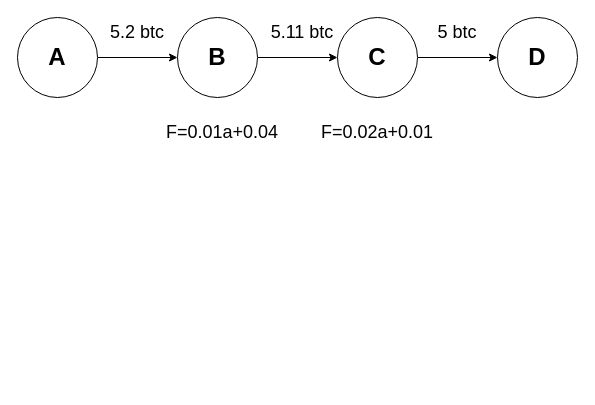
Earlier version of the draw.io diagram 支付通道网络中借助其他节点转账.drawio (EM-FF/text). Source tidied: cells renumbered, new cells numbered last; positions are measured from the earlier drawing's top-left corner, leaving out a move shared by most shapes. Both pictures are drawn from the tidied source at 100%, with x=0, y=0 at pixel (17, 17).
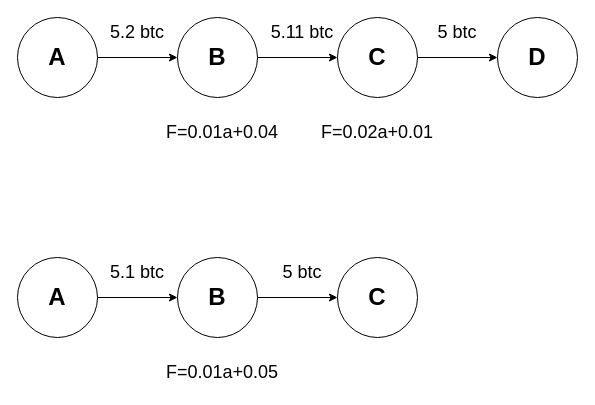
After the change.

Commit message (it also covers changes not shown here):
更新支付通道网络中借助其他节点转账.drawio

Diff of the diagram source:
```diff
@@
+    <mxCell id="14" style="edgeStyle=orthogonalEdgeStyle;rounded=0;jettySize=auto;html=1;entryX=0;entryY=0.5;entryDx=0;entryDy=0;" parent="1" edge="1" source="15" target="17">
+      <mxGeometry relative="1" as="geometry" />
+    </mxCell>
+    <mxCell id="15" value="&lt;font style=&quot;font-size: 24px;&quot;&gt;&lt;b&gt;A&lt;/b&gt;&lt;/font&gt;" style="ellipse;whiteSpace=wrap;html=1;" parent="1" vertex="1">
+      <mxGeometry y="240" width="80" height="80" as="geometry" />
+    </mxCell>
+    <mxCell id="16" style="edgeStyle=orthogonalEdgeStyle;rounded=0;jettySize=auto;html=1;" parent="1" edge="1" source="17" target="18">
+      <mxGeometry relative="1" as="geometry" />
+    </mxCell>
+    <mxCell id="17" value="&lt;span style=&quot;font-size: 24px;&quot;&gt;&lt;b&gt;B&lt;/b&gt;&lt;/span&gt;" style="ellipse;whiteSpace=wrap;html=1;" parent="1" vertex="1">
+      <mxGeometry x="160" y="240" width="80" height="80" as="geometry" />
+    </mxCell>
+    <mxCell id="18" value="&lt;span style=&quot;font-size: 24px;&quot;&gt;&lt;b&gt;C&lt;/b&gt;&lt;/span&gt;" style="ellipse;whiteSpace=wrap;html=1;" parent="1" vertex="1">
+      <mxGeometry x="320" y="240" width="80" height="80" as="geometry" />
+    </mxCell>
+    <mxCell id="19" value="&lt;font style=&quot;font-size: 18px;&quot;&gt;5.1 btc&lt;/font&gt;" style="text;html=1;align=center;verticalAlign=middle;whiteSpace=wrap;rounded=0;" parent="1" vertex="1">
+      <mxGeometry x="90" y="240" width="60" height="30" as="geometry" />
+    </mxCell>
+    <mxCell id="20" value="&lt;font style=&quot;font-size: 18px;&quot;&gt;5 btc&lt;/font&gt;" style="text;html=1;align=center;verticalAlign=middle;whiteSpace=wrap;rounded=0;" parent="1" vertex="1">
+      <mxGeometry x="250" y="240" width="70" height="30" as="geometry" />
+    </mxCell>
+    <mxCell id="21" value="&lt;font style=&quot;font-size: 18px;&quot;&gt;F=0.01a+0.05&lt;/font&gt;" style="text;html=1;align=center;verticalAlign=middle;whiteSpace=wrap;rounded=0;" parent="1" vertex="1">
+      <mxGeometry x="150" y="340" width="110" height="30" as="geometry" />
+    </mxCell>
```
